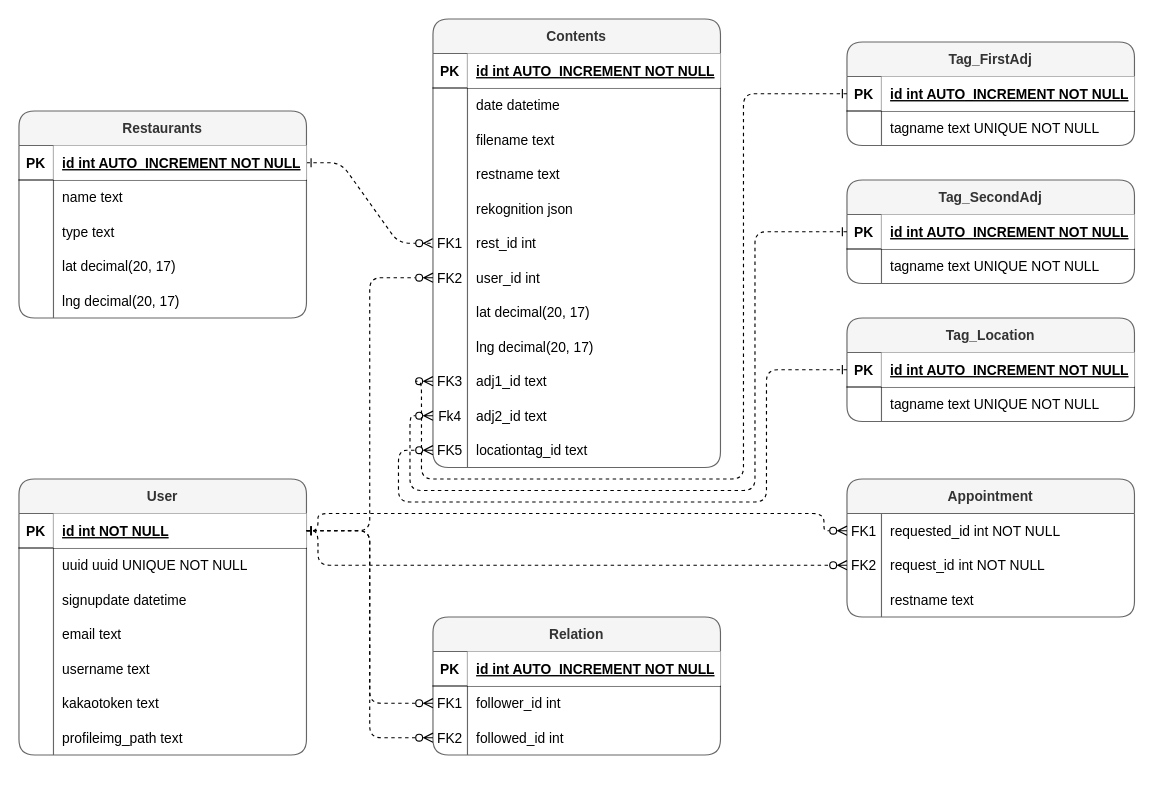
Above: Entity Relation Diagram.drawio in flavor-us/backend (draw.io), before the change. Source tidied: cells renumbered, new cells numbered last; positions are measured from the earlier drawing's top-left corner, leaving out a move shared by most shapes. Both pictures are drawn from the tidied source at 115%, with x=0, y=0 at pixel (18, 18).
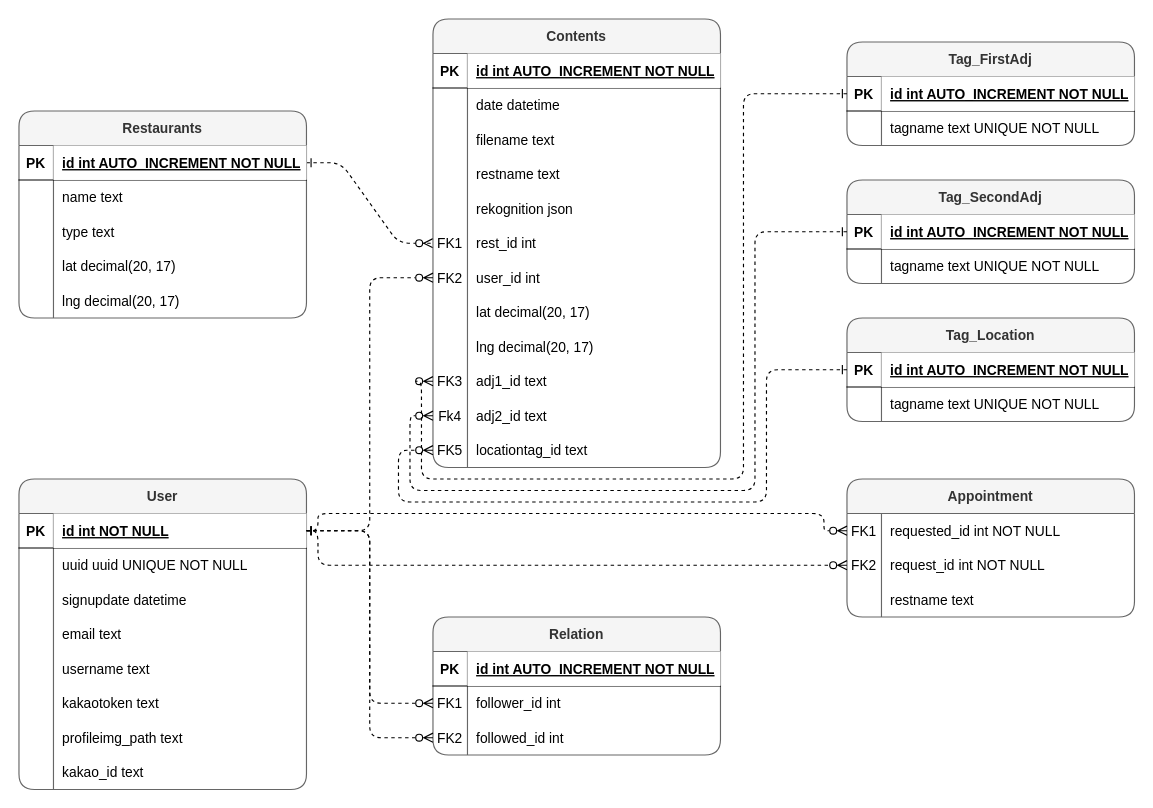
The same page after the edit.

Diff of the diagram source:
```diff
@@
     <mxCell id="63" value="User" style="shape=table;startSize=30;childLayout=tableLayout;rowLines=0;fontStyle=1;align=center;fillColor=#f5f5f5;strokeColor=#666666;fontColor=#333333;rounded=1;" parent="1" vertex="1">
-      <mxGeometry y="400" width="250" height="240" as="geometry" />
+      <mxGeometry y="400" width="250" height="270" as="geometry" />
     </mxCell>
@@
+    <mxCell id="127" style="shape=partialRectangle;fillColor=none;top=0;left=0;bottom=0;right=0;rounded=1;" parent="63" vertex="1">
+      <mxGeometry y="240" width="250" height="30" as="geometry" />
+    </mxCell>
+    <mxCell id="128" style="shape=partialRectangle;fillColor=none;top=0;left=0;bottom=0;right=0;overflow=hidden;rounded=1;" parent="127" vertex="1">
+      <mxGeometry width="30" height="30" as="geometry" />
+    </mxCell>
+    <mxCell id="129" value="kakao_id text" style="shape=partialRectangle;fillColor=none;top=0;left=0;bottom=0;right=0;align=left;spacingLeft=6;overflow=hidden;rounded=1;" parent="127" vertex="1">
+      <mxGeometry x="30" width="220" height="30" as="geometry" />
+    </mxCell>
```
